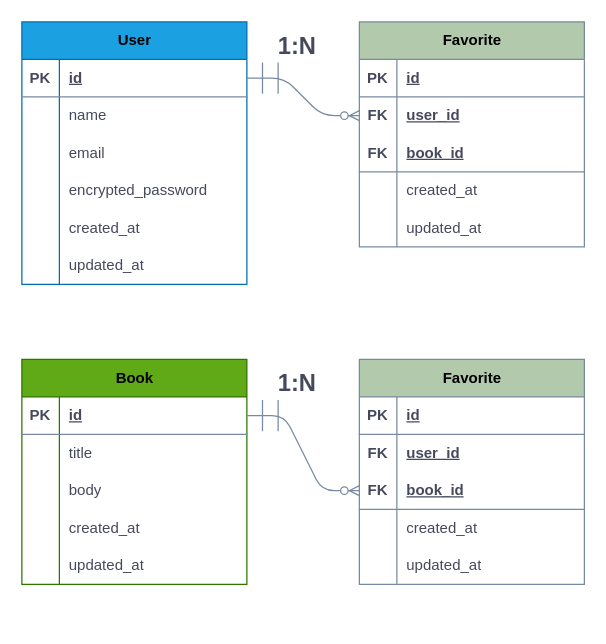
The draw.io diagram team_nk/コメント機能.drawio in Ganmo3/drawio, before the edit. Source tidied: cells renumbered, new cells numbered last; positions are measured from the earlier drawing's top-left corner, leaving out a move shared by most shapes. Both pictures are drawn from the tidied source at 125%, with x=0, y=0 at pixel (21, 21).
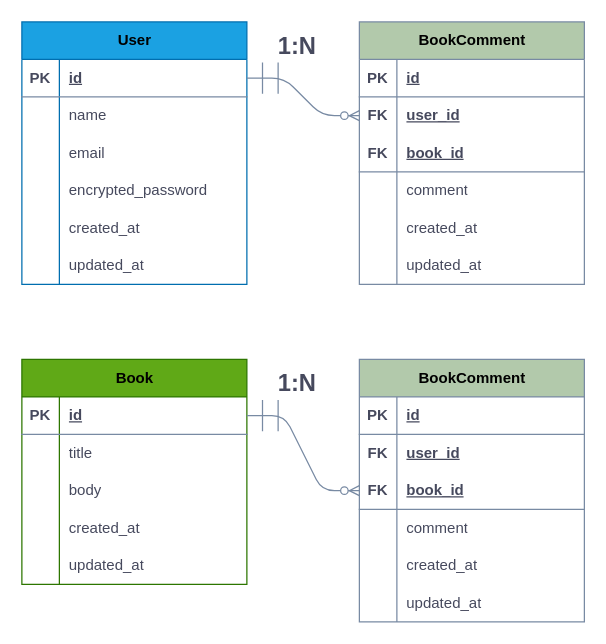
Above is the later version.

Commit message:
コメント機能.drawio を更新します

Unchanged cells that the change refers to:
```xml
<mxCell id="32" style="shape=tableRow;horizontal=0;startSize=0;swimlaneHead=0;swimlaneBody=0;fillColor=none;top=0;left=0;right=0;bottom=0;strokeColor=#788AA3;fontFamily=Helvetica;fontSize=12;fontColor=#46495D;html=1;labelBackgroundColor=none;" parent="22" vertex="1">
  <mxGeometry y="120" width="180" height="30" as="geometry" />
</mxCell>
<mxCell id="65" style="shape=tableRow;horizontal=0;startSize=0;swimlaneHead=0;swimlaneBody=0;fillColor=none;top=0;left=0;right=0;bottom=0;strokeColor=#788AA3;fontFamily=Helvetica;fontSize=12;fontColor=#46495D;html=1;labelBackgroundColor=none;" parent="55" vertex="1">
  <mxGeometry y="120" width="180" height="30" as="geometry" />
</mxCell>
```

What changed in the source:
```diff
@@
-    <mxCell id="22" value="&lt;font color=&quot;#000000&quot;&gt;Favorite&lt;/font&gt;" style="shape=table;startSize=30;childLayout=tableLayout;rowLines=0;fontStyle=1;align=center;html=1;strokeColor=#788AA3;fontFamily=Helvetica;fontSize=12;fontColor=#46495D;fillColor=#B2C9AB;labelBackgroundColor=none;" parent="1" vertex="1">
-      <mxGeometry x="270" width="180" height="180" as="geometry" />
+    <mxCell id="22" value="&lt;font color=&quot;#000000&quot;&gt;BookComment&lt;/font&gt;" style="shape=table;startSize=30;childLayout=tableLayout;rowLines=0;fontStyle=1;align=center;html=1;strokeColor=#788AA3;fontFamily=Helvetica;fontSize=12;fontColor=#46495D;fillColor=#B2C9AB;labelBackgroundColor=none;" parent="1" vertex="1">
+      <mxGeometry x="270" width="180" height="210" as="geometry" />
     </mxCell>
@@
-    <mxCell id="34" value="created_at" style="shape=partialRectangle;fillColor=none;top=0;left=0;bottom=0;right=0;align=left;spacingLeft=6;overflow=hidden;whiteSpace=wrap;html=1;strokeColor=#788AA3;fontFamily=Helvetica;fontSize=12;fontColor=#46495D;startSize=23;labelBackgroundColor=none;" parent="32" vertex="1">
+    <mxCell id="34" value="comment" style="shape=partialRectangle;fillColor=none;top=0;left=0;bottom=0;right=0;align=left;spacingLeft=6;overflow=hidden;whiteSpace=wrap;html=1;strokeColor=#788AA3;fontFamily=Helvetica;fontSize=12;fontColor=#46495D;startSize=23;labelBackgroundColor=none;" parent="32" vertex="1">
       <mxGeometry x="30" width="150" height="30" as="geometry" />
     </mxCell>
+    <mxCell id="73" style="shape=tableRow;horizontal=0;startSize=0;swimlaneHead=0;swimlaneBody=0;fillColor=none;top=0;left=0;right=0;bottom=0;strokeColor=#788AA3;fontFamily=Helvetica;fontSize=12;fontColor=#46495D;html=1;labelBackgroundColor=none;" parent="22" vertex="1">
+      <mxGeometry y="150" width="180" height="30" as="geometry" />
+    </mxCell>
+    <mxCell id="74" style="shape=partialRectangle;fillColor=none;top=0;left=0;bottom=0;right=0;overflow=hidden;whiteSpace=wrap;html=1;strokeColor=#788AA3;fontFamily=Helvetica;fontSize=12;fontColor=#46495D;startSize=23;labelBackgroundColor=none;" parent="73" vertex="1">
+      <mxGeometry width="30" height="30" as="geometry" />
+    </mxCell>
+    <mxCell id="75" value="created_at" style="shape=partialRectangle;fillColor=none;top=0;left=0;bottom=0;right=0;align=left;spacingLeft=6;overflow=hidden;whiteSpace=wrap;html=1;strokeColor=#788AA3;fontFamily=Helvetica;fontSize=12;fontColor=#46495D;startSize=23;labelBackgroundColor=none;" parent="73" vertex="1">
+      <mxGeometry x="30" width="150" height="30" as="geometry" />
+    </mxCell>
     <mxCell id="35" style="shape=tableRow;horizontal=0;startSize=0;swimlaneHead=0;swimlaneBody=0;fillColor=none;top=0;left=0;right=0;bottom=0;strokeColor=#788AA3;fontFamily=Helvetica;fontSize=12;fontColor=#46495D;html=1;labelBackgroundColor=none;" parent="22" vertex="1">
-      <mxGeometry y="150" width="180" height="30" as="geometry" />
+      <mxGeometry y="180" width="180" height="30" as="geometry" />
     </mxCell>
@@
-    <mxCell id="55" value="&lt;font color=&quot;#000000&quot;&gt;Favorite&lt;/font&gt;" style="shape=table;startSize=30;childLayout=tableLayout;rowLines=0;fontStyle=1;align=center;html=1;strokeColor=#788AA3;fontFamily=Helvetica;fontSize=12;fontColor=#46495D;fillColor=#B2C9AB;labelBackgroundColor=none;" parent="1" vertex="1">
-      <mxGeometry x="270" y="270" width="180" height="180" as="geometry" />
+    <mxCell id="55" value="&lt;font color=&quot;#000000&quot;&gt;BookComment&lt;/font&gt;" style="shape=table;startSize=30;childLayout=tableLayout;rowLines=0;fontStyle=1;align=center;html=1;strokeColor=#788AA3;fontFamily=Helvetica;fontSize=12;fontColor=#46495D;fillColor=#B2C9AB;labelBackgroundColor=none;" parent="1" vertex="1">
+      <mxGeometry x="270" y="270" width="180" height="210" as="geometry" />
     </mxCell>
@@
-    <mxCell id="67" value="created_at" style="shape=partialRectangle;fillColor=none;top=0;left=0;bottom=0;right=0;align=left;spacingLeft=6;overflow=hidden;whiteSpace=wrap;html=1;strokeColor=#788AA3;fontFamily=Helvetica;fontSize=12;fontColor=#46495D;startSize=23;labelBackgroundColor=none;" parent="65" vertex="1">
+    <mxCell id="67" value="comment" style="shape=partialRectangle;fillColor=none;top=0;left=0;bottom=0;right=0;align=left;spacingLeft=6;overflow=hidden;whiteSpace=wrap;html=1;strokeColor=#788AA3;fontFamily=Helvetica;fontSize=12;fontColor=#46495D;startSize=23;labelBackgroundColor=none;" parent="65" vertex="1">
       <mxGeometry x="30" width="150" height="30" as="geometry" />
     </mxCell>
+    <mxCell id="76" style="shape=tableRow;horizontal=0;startSize=0;swimlaneHead=0;swimlaneBody=0;fillColor=none;top=0;left=0;right=0;bottom=0;strokeColor=#788AA3;fontFamily=Helvetica;fontSize=12;fontColor=#46495D;html=1;labelBackgroundColor=none;" parent="55" vertex="1">
+      <mxGeometry y="150" width="180" height="30" as="geometry" />
+    </mxCell>
+    <mxCell id="77" style="shape=partialRectangle;fillColor=none;top=0;left=0;bottom=0;right=0;overflow=hidden;whiteSpace=wrap;html=1;strokeColor=#788AA3;fontFamily=Helvetica;fontSize=12;fontColor=#46495D;startSize=23;labelBackgroundColor=none;" parent="76" vertex="1">
+      <mxGeometry width="30" height="30" as="geometry" />
+    </mxCell>
+    <mxCell id="78" value="created_at" style="shape=partialRectangle;fillColor=none;top=0;left=0;bottom=0;right=0;align=left;spacingLeft=6;overflow=hidden;whiteSpace=wrap;html=1;strokeColor=#788AA3;fontFamily=Helvetica;fontSize=12;fontColor=#46495D;startSize=23;labelBackgroundColor=none;" parent="76" vertex="1">
+      <mxGeometry x="30" width="150" height="30" as="geometry" />
+    </mxCell>
     <mxCell id="68" style="shape=tableRow;horizontal=0;startSize=0;swimlaneHead=0;swimlaneBody=0;fillColor=none;top=0;left=0;right=0;bottom=0;strokeColor=#788AA3;fontFamily=Helvetica;fontSize=12;fontColor=#46495D;html=1;labelBackgroundColor=none;" parent="55" vertex="1">
-      <mxGeometry y="150" width="180" height="30" as="geometry" />
+      <mxGeometry y="180" width="180" height="30" as="geometry" />
     </mxCell>
```
